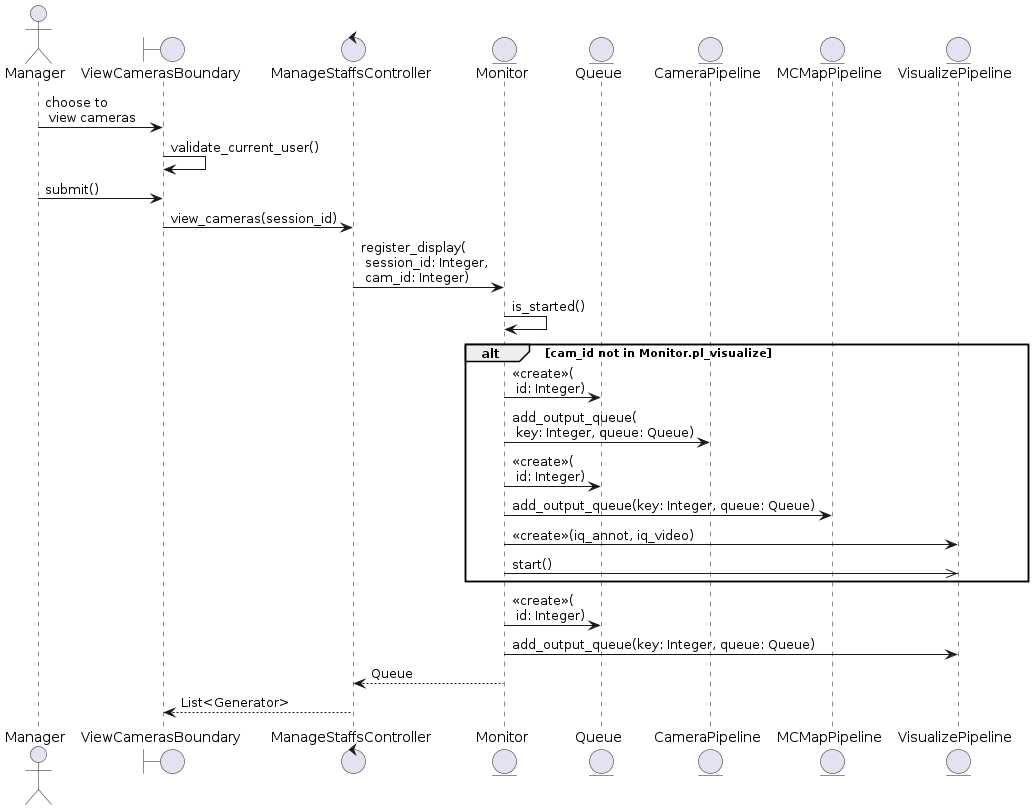
Above: docs/UML/Sequence Diagrams/view-real_time-cameras.png in LapTQ/MCT (PlantUML), before the change.
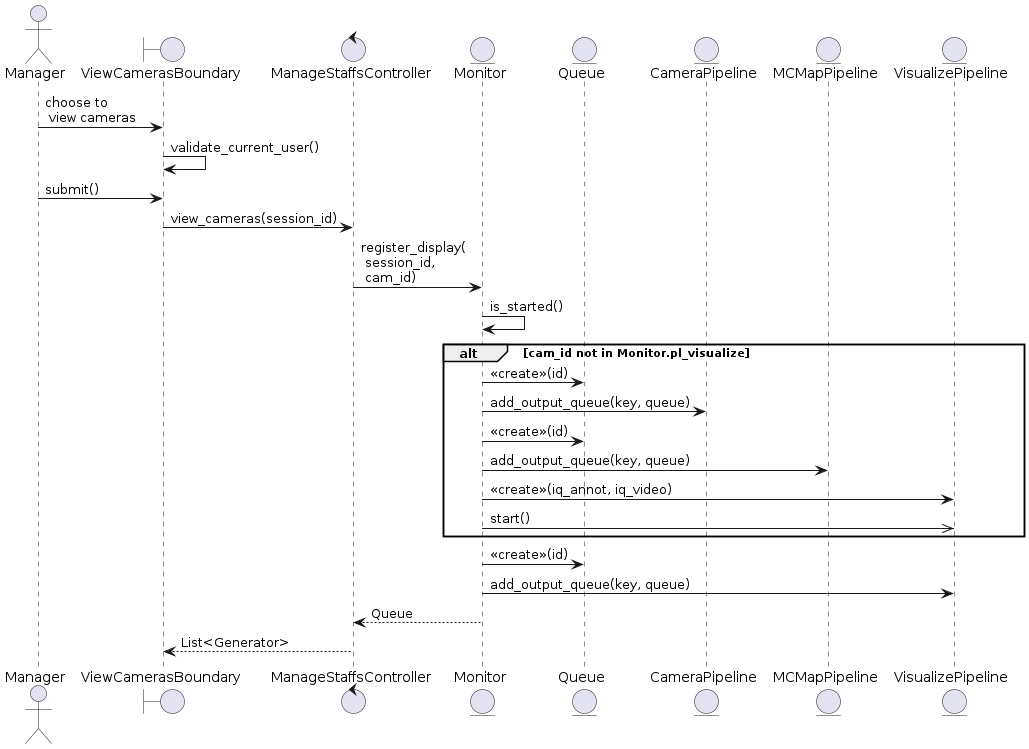
After the commit.

Diff of the diagram source:
```diff
@@ -14,18 +14,18 @@
 A -> B: submit()
 B -> C: view_cameras(session_id)
 
-C -> Monitor: register_display(\n session_id: Integer,\n cam_id: Integer)
+C -> Monitor: register_display(\n session_id,\n cam_id)
 Monitor -> Monitor: is_started()
 alt cam_id not in Monitor.pl_visualize
-    Monitor -> Queue: <<create>>(\n id: Integer)
-    Monitor -> CameraPipeline: add_output_queue(\n key: Integer, queue: Queue)
-    Monitor -> Queue: <<create>>(\n id: Integer)
-    Monitor -> MCMapPipeline: add_output_queue(key: Integer, queue: Queue)
+    Monitor -> Queue: <<create>>(id)
+    Monitor -> CameraPipeline: add_output_queue(key, queue)
+    Monitor -> Queue: <<create>>(id)
+    Monitor -> MCMapPipeline: add_output_queue(key, queue)
     Monitor -> VisualizePipeline: <<create>>(iq_annot, iq_video)
     Monitor ->> VisualizePipeline: start()
 end
-Monitor -> Queue: <<create>>(\n id: Integer)
-Monitor -> VisualizePipeline: add_output_queue(key: Integer, queue: Queue)
+Monitor -> Queue: <<create>>(id)
+Monitor -> VisualizePipeline: add_output_queue(key, queue)
 C <-- Monitor: Queue
 B <-- C: List<Generator>
 
```
